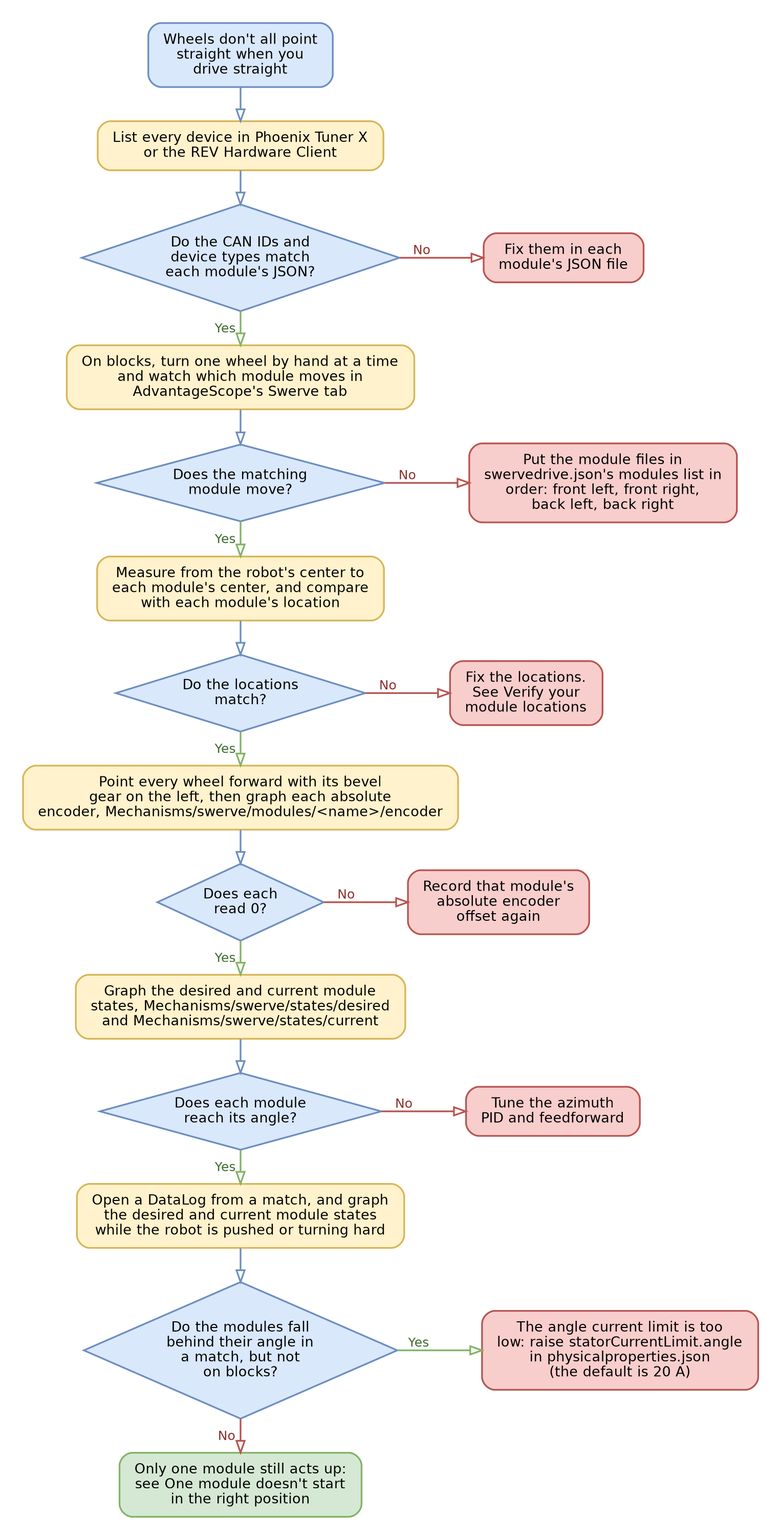
This is .gitbook/assets/yagsl-flowchart-align.png from Yet-Another-Software-Suite/YAGSL-gitbook, a Graphviz export, as it was before one commit. Its source is kept beside it as .gitbook/assets/yagsl-flowchart-align.dot.
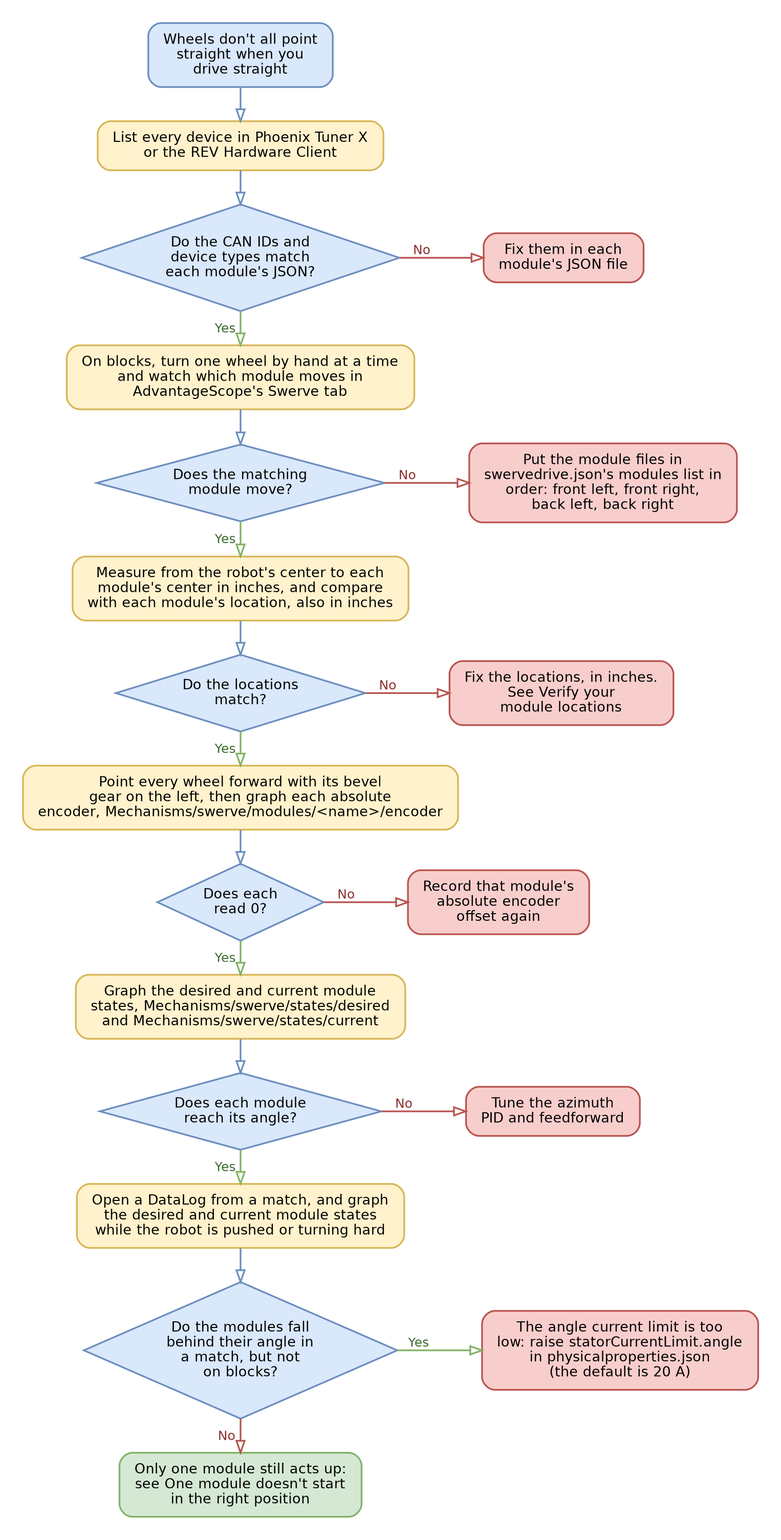
After the change.

Commit message:
Flowcharts: storage last for a slow robot, simpler scaling check, loop overruns at startup are normal, locations in inches, encoder too far from the magnet, drive-straight check is for angle gearing

Diff of the diagram source:
```diff
@@ -19,9 +19,9 @@
   h2 -> q2 [color="#6c8ebf", weight=10];
   q2 -> f2 [xlabel=" No ", color="#b85450", fontcolor="#8c2f2b"];
   q2 -> h3 [xlabel=" Yes ", color="#82b366", fontcolor="#3d6b2f", weight=10];
-  h3 [label="Measure from the robot's center to\neach module's center, and compare\nwith each module's location", shape=box, style="rounded,filled", fillcolor="#fff2cc", color="#d6b656"];
+  h3 [label="Measure from the robot's center to each\nmodule's center in inches, and compare\nwith each module's location, also in inches", shape=box, style="rounded,filled", fillcolor="#fff2cc", color="#d6b656"];
   q3 [label="Do the locations\nmatch?", shape=diamond, style=filled, fillcolor="#dae8fc", color="#6c8ebf", margin="0.05,0.05"];
-  f3 [label="Fix the locations.\nSee Verify your\nmodule locations", shape=box, style="rounded,filled", fillcolor="#f8cecc", color="#b85450"];
+  f3 [label="Fix the locations, in inches.\nSee Verify your\nmodule locations", shape=box, style="rounded,filled", fillcolor="#f8cecc", color="#b85450"];
   {rank=same; q3; f3;}
   h3 -> q3 [color="#6c8ebf", weight=10];
   q3 -> f3 [xlabel=" No ", color="#b85450", fontcolor="#8c2f2b"];
```
